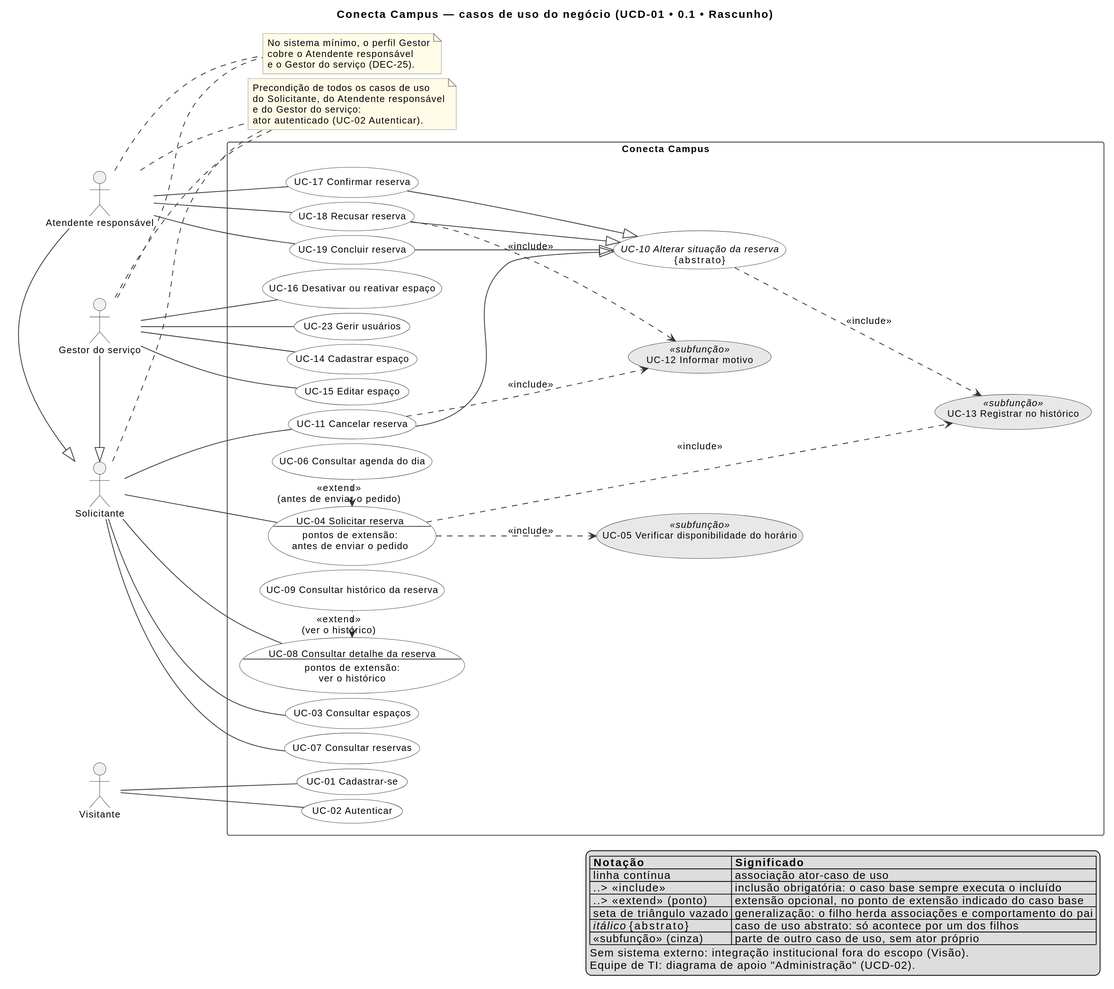
Above: docs/fontes/requisitos/casos-de-uso/diagrama-casos-de-uso.svg in maxzdosreis/PP_Grupo03_ConectaCampus (PlantUML), before the change.
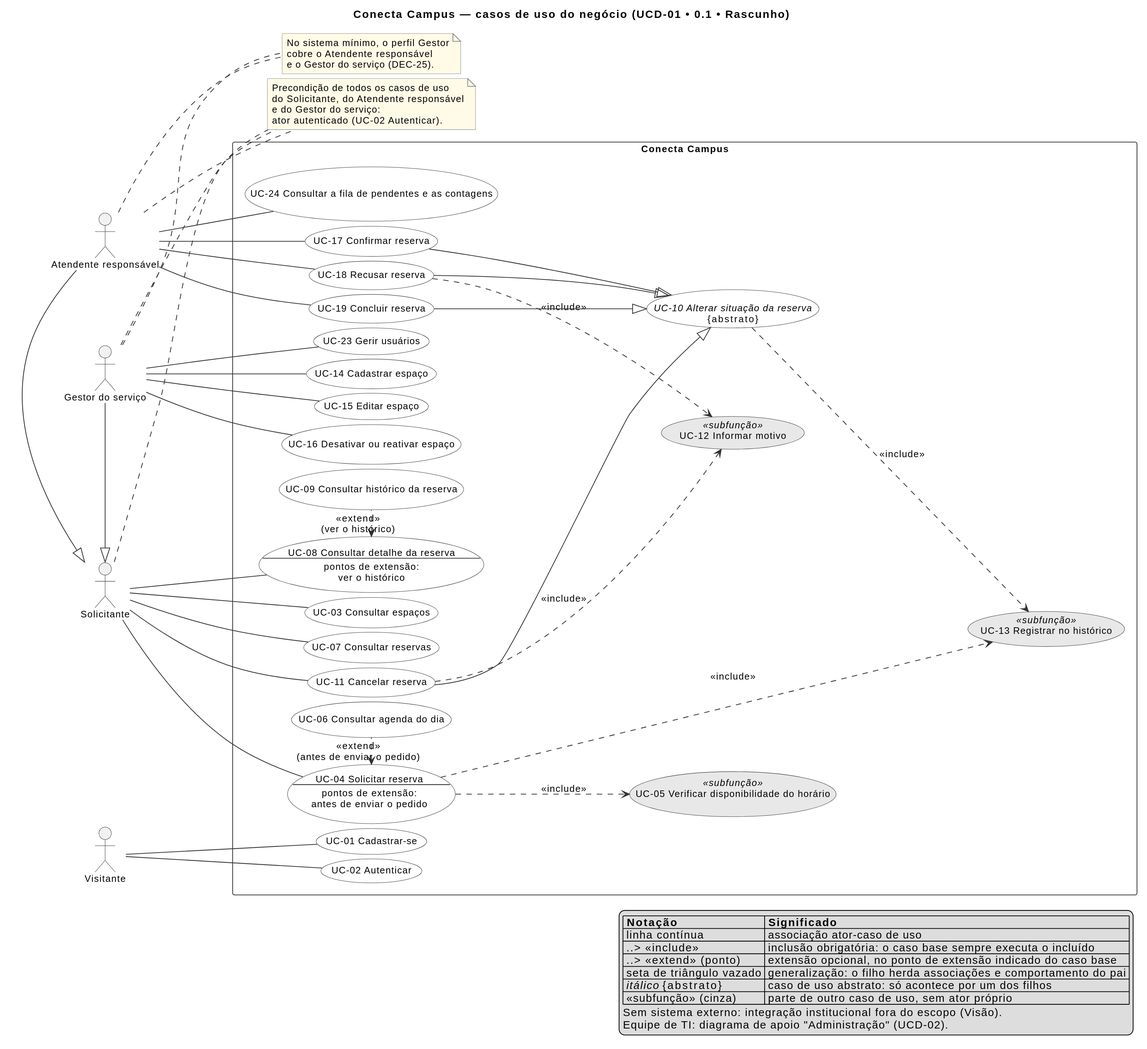
After the commit.

What changed in the source:
```diff
@@ -46,6 +46,7 @@
   usecase "UC-18 Recusar reserva" as UC18
   usecase "UC-19 Concluir reserva" as UC19
   usecase "UC-23 Gerir usuários" as UC23
+  usecase "UC-24 Consultar a fila de pendentes e as contagens" as UC24
 
   usecase "UC-01 Cadastrar-se" as UC01
   usecase "UC-02 Autenticar" as UC02
@@ -67,6 +68,7 @@
 Atendente -- UC17
 Atendente -- UC18
 Atendente -- UC19
+Atendente -- UC24
 
 UC04 ..> UC05 : <<include>>
 UC04 ...> UC13 : <<include>>
```
